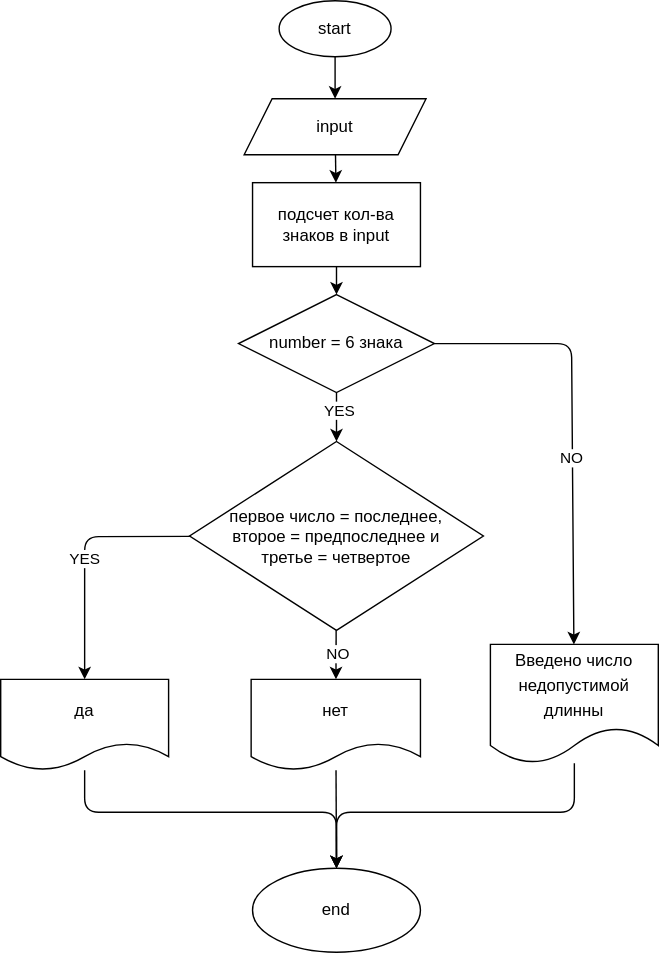
The draw.io diagram TourC#/ex019/ex019.drawio.svg in retedominus/TourC, before a commit. Source tidied: cells renumbered, new cells last; positions are measured from the earlier drawing's top-left corner, leaving out a move shared by most shapes. The source it was exported from:
```xml
<mxGraphModel>
  <root>
    <mxCell id="0" />
    <mxCell id="1" parent="0" />
    <mxCell id="2" style="edgeStyle=none;html=1;" parent="1" edge="1" source="3" target="5">
      <mxGeometry relative="1" as="geometry" />
    </mxCell>
    <mxCell id="3" value="start" style="ellipse;whiteSpace=wrap;html=1;" parent="1" vertex="1">
      <mxGeometry x="199" width="80" height="40" as="geometry" />
    </mxCell>
    <mxCell id="4" style="edgeStyle=none;html=1;" parent="1" edge="1" source="5" target="7">
      <mxGeometry relative="1" as="geometry" />
    </mxCell>
    <mxCell id="5" value="input" style="shape=parallelogram;perimeter=parallelogramPerimeter;whiteSpace=wrap;html=1;fixedSize=1;" parent="1" vertex="1">
      <mxGeometry x="174" y="70" width="130" height="40" as="geometry" />
    </mxCell>
    <mxCell id="6" style="edgeStyle=none;html=1;" parent="1" edge="1" source="7" target="12">
      <mxGeometry relative="1" as="geometry" />
    </mxCell>
    <mxCell id="7" value="подсчет кол-ва знаков в input" style="whiteSpace=wrap;html=1;" parent="1" vertex="1">
      <mxGeometry x="180" y="130" width="120" height="60" as="geometry" />
    </mxCell>
    <mxCell id="8" style="edgeStyle=none;html=1;" parent="1" edge="1" source="12" target="14">
      <mxGeometry relative="1" as="geometry">
        <Array as="points">
          <mxPoint x="408" y="245" />
        </Array>
      </mxGeometry>
    </mxCell>
    <mxCell id="9" value="NO" style="edgeLabel;html=1;align=center;verticalAlign=middle;" parent="8" vertex="1">
      <mxGeometry x="0.14" y="-1" relative="1" as="geometry" />
    </mxCell>
    <mxCell id="10" style="edgeStyle=none;html=1;" parent="1" edge="1" source="12" target="20">
      <mxGeometry relative="1" as="geometry" />
    </mxCell>
    <mxCell id="11" value="YES" style="edgeLabel;html=1;align=center;verticalAlign=middle;" parent="10" vertex="1">
      <mxGeometry x="-0.34" y="1" relative="1" as="geometry" />
    </mxCell>
    <mxCell id="12" value="number = 6 знака" style="rhombus;whiteSpace=wrap;html=1;" parent="1" vertex="1">
      <mxGeometry x="170" y="210" width="140" height="70" as="geometry" />
    </mxCell>
    <mxCell id="13" style="edgeStyle=none;html=1;entryX=0.5;entryY=0;entryDx=0;entryDy=0;" parent="1" edge="1" source="14" target="15">
      <mxGeometry relative="1" as="geometry">
        <Array as="points">
          <mxPoint x="410" y="580" />
          <mxPoint x="240" y="580" />
        </Array>
      </mxGeometry>
    </mxCell>
    <mxCell id="14" value="&lt;div style=&quot;font-family: &amp;#34;menlo&amp;#34; , &amp;#34;monaco&amp;#34; , &amp;#34;courier new&amp;#34; , monospace ; line-height: 18px&quot;&gt;&lt;span style=&quot;font-family: &amp;#34;helvetica&amp;#34; ; line-height: 1.2&quot;&gt;Введено число недопустимой длинны&lt;/span&gt;&lt;br&gt;&lt;/div&gt;" style="shape=document;whiteSpace=wrap;html=1;boundedLbl=1;" parent="1" vertex="1">
      <mxGeometry x="350" y="460" width="120" height="85" as="geometry" />
    </mxCell>
    <mxCell id="15" value="end" style="ellipse;whiteSpace=wrap;html=1;" parent="1" vertex="1">
      <mxGeometry x="180" y="620" width="120" height="60" as="geometry" />
    </mxCell>
    <mxCell id="16" style="edgeStyle=none;html=1;" parent="1" edge="1" source="20" target="22">
      <mxGeometry relative="1" as="geometry" />
    </mxCell>
    <mxCell id="17" value="NO" style="edgeLabel;html=1;align=center;verticalAlign=middle;" parent="16" vertex="1">
      <mxGeometry x="-0.05" y="1" relative="1" as="geometry" />
    </mxCell>
    <mxCell id="18" style="edgeStyle=none;html=1;" parent="1" edge="1" source="20" target="24">
      <mxGeometry relative="1" as="geometry">
        <Array as="points">
          <mxPoint x="60" y="383" />
        </Array>
      </mxGeometry>
    </mxCell>
    <mxCell id="19" value="YES" style="edgeLabel;html=1;align=center;verticalAlign=middle;" parent="18" vertex="1">
      <mxGeometry x="0.02" y="-1" relative="1" as="geometry" />
    </mxCell>
    <mxCell id="20" value="первое число = последнее, &lt;br&gt;второе = предпоследнее и &lt;br&gt;третье = четвертое" style="rhombus;whiteSpace=wrap;html=1;" parent="1" vertex="1">
      <mxGeometry x="135" y="315" width="210" height="135" as="geometry" />
    </mxCell>
    <mxCell id="21" style="edgeStyle=none;html=1;" parent="1" edge="1" source="22" target="15">
      <mxGeometry relative="1" as="geometry" />
    </mxCell>
    <mxCell id="22" value="нет" style="shape=document;whiteSpace=wrap;html=1;boundedLbl=1;" parent="1" vertex="1">
      <mxGeometry x="179" y="485" width="121" height="65" as="geometry" />
    </mxCell>
    <mxCell id="23" style="edgeStyle=none;html=1;entryX=0.5;entryY=0;entryDx=0;entryDy=0;" parent="1" edge="1" source="24" target="15">
      <mxGeometry relative="1" as="geometry">
        <Array as="points">
          <mxPoint x="60" y="580" />
          <mxPoint x="240" y="580" />
        </Array>
      </mxGeometry>
    </mxCell>
    <mxCell id="24" value="да" style="shape=document;whiteSpace=wrap;html=1;boundedLbl=1;" parent="1" vertex="1">
      <mxGeometry y="485" width="120" height="65" as="geometry" />
    </mxCell>
  </root>
</mxGraphModel>
```
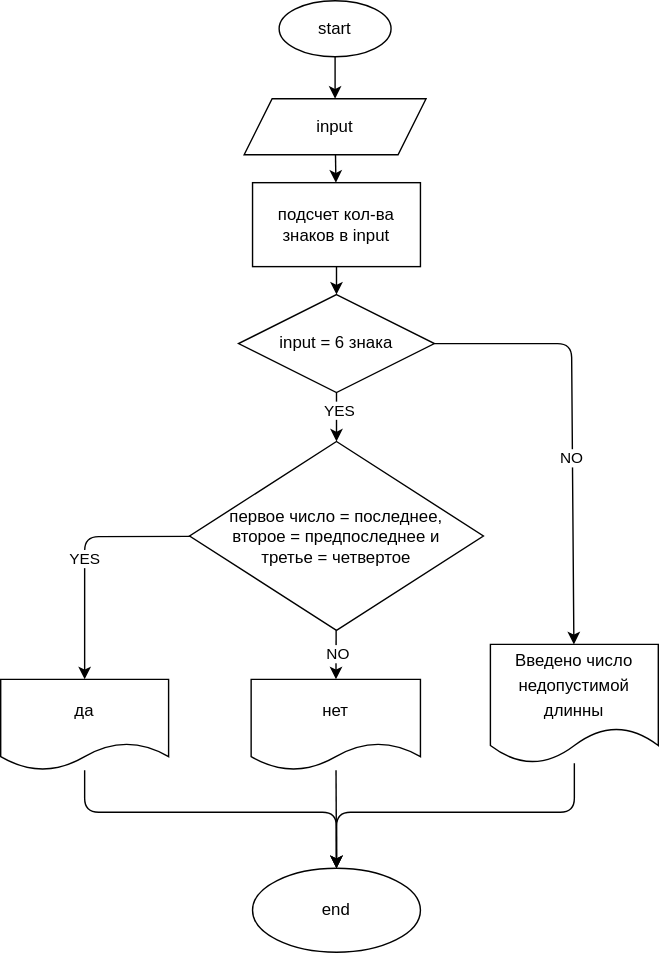
The same file after the commit.

Change to the diagram source:
```diff
@@ -36,7 +36,7 @@
     <mxCell id="11" value="YES" style="edgeLabel;html=1;align=center;verticalAlign=middle;" parent="10" vertex="1">
       <mxGeometry x="-0.34" y="1" relative="1" as="geometry" />
     </mxCell>
-    <mxCell id="12" value="number = 6 знака" style="rhombus;whiteSpace=wrap;html=1;" parent="1" vertex="1">
+    <mxCell id="12" value="input = 6 знака" style="rhombus;whiteSpace=wrap;html=1;" parent="1" vertex="1">
       <mxGeometry x="170" y="210" width="140" height="70" as="geometry" />
     </mxCell>
     <mxCell id="13" style="edgeStyle=none;html=1;entryX=0.5;entryY=0;entryDx=0;entryDy=0;" parent="1" edge="1" source="14" target="15">
```
